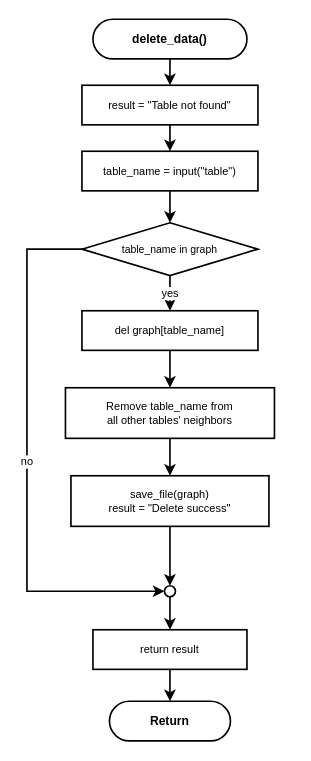
This is program002/flowchart/07_delete_data.drawio from kittiphong064008-cyber/AI-Coding, a draw.io file, before an edit. Source tidied: cells renumbered, new cells numbered last; positions are measured from the earlier drawing's top-left corner, leaving out a move shared by most shapes. Both pictures are drawn from the tidied source at 110%, with x=0, y=0 at pixel (26, 19).
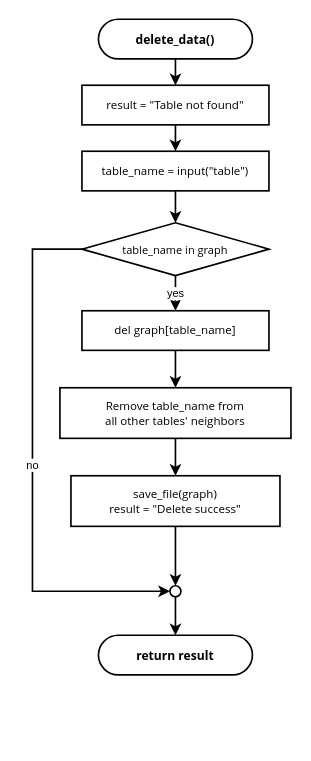
The same page after the edit.

Diff of the diagram source:
```diff
@@
-    <mxCell id="2" value="delete_data()" style="rounded=1;whiteSpace=wrap;html=1;arcSize=50;fillColor=#ffffff;strokeColor=#000000;strokeWidth=1.5;fontSize=11;fontFamily=Helvetica;fontStyle=1;" parent="1" vertex="1">
-      <mxGeometry x="60" width="140" height="36" as="geometry" />
+    <mxCell id="2" value="delete_data()" style="rounded=1;whiteSpace=wrap;html=1;arcSize=50;fillColor=#ffffff;strokeColor=#000000;strokeWidth=1.5;fontSize=11;fontFamily=Segoe UI;fontStyle=1;" parent="1" vertex="1">
+      <mxGeometry x="65" width="140" height="36" as="geometry" />
     </mxCell>
-    <mxCell id="3" value="result = &quot;Table not found&quot;" style="rounded=0;whiteSpace=wrap;html=1;fillColor=#ffffff;strokeColor=#000000;strokeWidth=1.5;fontSize=10;fontFamily=Helvetica;" parent="1" vertex="1">
-      <mxGeometry x="50" y="60" width="160" height="36" as="geometry" />
+    <mxCell id="3" value="result = &quot;Table not found&quot;" style="rounded=0;whiteSpace=wrap;html=1;fillColor=#ffffff;strokeColor=#000000;strokeWidth=1.5;fontSize=10.5;fontFamily=Segoe UI;" parent="1" vertex="1">
+      <mxGeometry x="50" y="60" width="170" height="36" as="geometry" />
     </mxCell>
-    <mxCell id="4" value="table_name = input(&quot;table&quot;)" style="rounded=0;whiteSpace=wrap;html=1;fillColor=#ffffff;strokeColor=#000000;strokeWidth=1.5;fontSize=10;fontFamily=Helvetica;" parent="1" vertex="1">
-      <mxGeometry x="50" y="120" width="160" height="36" as="geometry" />
+    <mxCell id="4" value="table_name = input(&quot;table&quot;)" style="rounded=0;whiteSpace=wrap;html=1;fillColor=#ffffff;strokeColor=#000000;strokeWidth=1.5;fontSize=10.5;fontFamily=Segoe UI;" parent="1" vertex="1">
+      <mxGeometry x="50" y="120" width="170" height="36" as="geometry" />
     </mxCell>
-    <mxCell id="5" value="table_name in graph" style="rhombus;whiteSpace=wrap;html=1;fillColor=#ffffff;strokeColor=#000000;strokeWidth=1.5;fontSize=9.5;fontFamily=Helvetica;" parent="1" vertex="1">
-      <mxGeometry x="50" y="185" width="160" height="48" as="geometry" />
+    <mxCell id="5" value="table_name in graph" style="rhombus;whiteSpace=wrap;html=1;fillColor=#ffffff;strokeColor=#000000;strokeWidth=1.5;fontSize=10;fontFamily=Segoe UI;" parent="1" vertex="1">
+      <mxGeometry x="50" y="185" width="170" height="48" as="geometry" />
     </mxCell>
     <mxCell id="6" style="ellipse;whiteSpace=wrap;html=1;fillColor=#ffffff;strokeColor=#000000;strokeWidth=1.5;" parent="1" vertex="1">
-      <mxGeometry x="125" y="515" width="10" height="10" as="geometry" />
+      <mxGeometry x="130" y="515" width="10" height="10" as="geometry" />
     </mxCell>
-    <mxCell id="7" value="del graph[table_name]" style="rounded=0;whiteSpace=wrap;html=1;fillColor=#ffffff;strokeColor=#000000;strokeWidth=1.5;fontSize=10;fontFamily=Helvetica;" parent="1" vertex="1">
-      <mxGeometry x="50" y="265" width="160" height="36" as="geometry" />
+    <mxCell id="7" value="del graph[table_name]" style="rounded=0;whiteSpace=wrap;html=1;fillColor=#ffffff;strokeColor=#000000;strokeWidth=1.5;fontSize=10.5;fontFamily=Segoe UI;" parent="1" vertex="1">
+      <mxGeometry x="50" y="265" width="170" height="36" as="geometry" />
     </mxCell>
-    <mxCell id="8" value="Remove table_name from&#10;all other tables' neighbors" style="rounded=0;whiteSpace=wrap;html=1;fillColor=#ffffff;strokeColor=#000000;strokeWidth=1.5;fontSize=10;fontFamily=Helvetica;" parent="1" vertex="1">
-      <mxGeometry x="35" y="335" width="190" height="46" as="geometry" />
+    <mxCell id="8" value="Remove table_name from&#10;all other tables' neighbors" style="rounded=0;whiteSpace=wrap;html=1;fillColor=#ffffff;strokeColor=#000000;strokeWidth=1.5;fontSize=10.5;fontFamily=Segoe UI;" parent="1" vertex="1">
+      <mxGeometry x="30" y="335" width="210" height="46" as="geometry" />
     </mxCell>
-    <mxCell id="9" value="save_file(graph)&#10;result = &quot;Delete success&quot;" style="rounded=0;whiteSpace=wrap;html=1;fillColor=#ffffff;strokeColor=#000000;strokeWidth=1.5;fontSize=10;fontFamily=Helvetica;" parent="1" vertex="1">
-      <mxGeometry x="40" y="415" width="180" height="46" as="geometry" />
+    <mxCell id="9" value="save_file(graph)&#10;result = &quot;Delete success&quot;" style="rounded=0;whiteSpace=wrap;html=1;fillColor=#ffffff;strokeColor=#000000;strokeWidth=1.5;fontSize=10.5;fontFamily=Segoe UI;" parent="1" vertex="1">
+      <mxGeometry x="40" y="415" width="190" height="46" as="geometry" />
     </mxCell>
-    <mxCell id="10" value="return result" style="rounded=0;whiteSpace=wrap;html=1;fillColor=#ffffff;strokeColor=#000000;strokeWidth=1.5;fontSize=10;fontFamily=Helvetica;" parent="1" vertex="1">
-      <mxGeometry x="60" y="555" width="140" height="36" as="geometry" />
-    </mxCell>
-    <mxCell id="11" value="Return" style="rounded=1;whiteSpace=wrap;html=1;arcSize=50;fillColor=#ffffff;strokeColor=#000000;strokeWidth=1.5;fontSize=11;fontFamily=Helvetica;fontStyle=1;" parent="1" vertex="1">
-      <mxGeometry x="75" y="620" width="110" height="36" as="geometry" />
+    <mxCell id="11" value="return result" style="rounded=1;whiteSpace=wrap;html=1;arcSize=50;fillColor=#ffffff;strokeColor=#000000;strokeWidth=1.5;fontSize=11;fontFamily=Segoe UI;fontStyle=1;" parent="1" vertex="1">
+      <mxGeometry x="65" y="560" width="140" height="36" as="geometry" />
     </mxCell>
@@
     <mxCell id="15" value="no" style="edgeStyle=orthogonalEdgeStyle;rounded=0;jettySize=auto;html=1;strokeWidth=1.5;strokeColor=#000000;fontSize=10;fontColor=#000000;exitX=0;exitY=0.5;exitDx=0;exitDy=0;entryX=0;entryY=0.5;entryDx=0;entryDy=0;" parent="1" edge="1" source="5" target="6">
       <mxGeometry relative="1" as="geometry">
         <Array as="points">
-          <mxPoint y="209" />
-          <mxPoint y="520" />
+          <mxPoint x="5" y="209" />
+          <mxPoint x="5" y="520" />
         </Array>
       </mxGeometry>
     </mxCell>
@@
-    <mxCell id="20" style="edgeStyle=orthogonalEdgeStyle;rounded=0;jettySize=auto;html=1;strokeWidth=1.5;strokeColor=#000000;fontSize=10;fontColor=#000000;" parent="1" edge="1" source="6" target="10">
+    <mxCell id="20" style="edgeStyle=orthogonalEdgeStyle;rounded=0;jettySize=auto;html=1;strokeWidth=1.5;strokeColor=#000000;fontSize=10;fontColor=#000000;" parent="1" edge="1" source="6" target="11">
       <mxGeometry relative="1" as="geometry" />
     </mxCell>
-    <mxCell id="21" style="edgeStyle=orthogonalEdgeStyle;rounded=0;jettySize=auto;html=1;strokeWidth=1.5;strokeColor=#000000;fontSize=10;fontColor=#000000;" parent="1" edge="1" source="10" target="11">
-      <mxGeometry relative="1" as="geometry" />
-    </mxCell>
```
